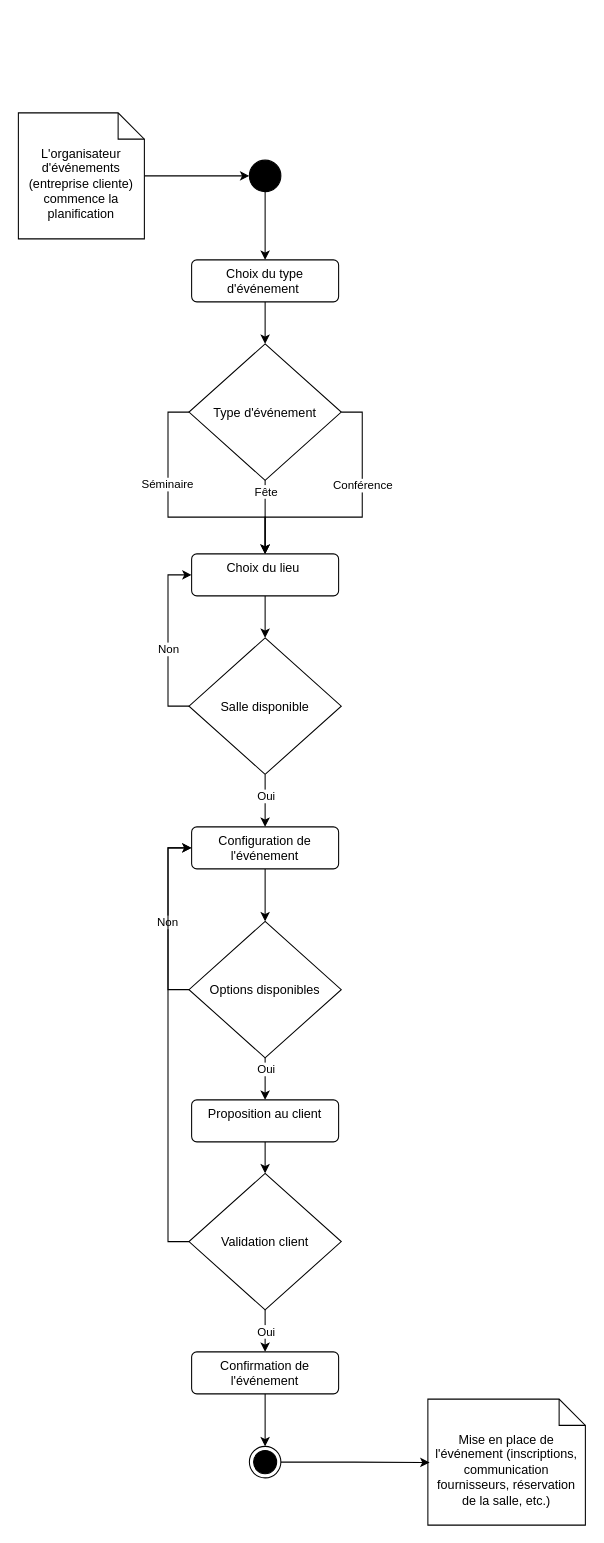
The draw.io diagram UML/Exercices/Correction/03a - Diagramme d'Activité - Diagramme.drawio in nicolasvauchenet/cours_methodologie_1_formateur, before the edit. Source tidied: cells renumbered, new cells numbered last; positions are measured from the earlier drawing's top-left corner, leaving out a move shared by most shapes. Both pictures are drawn from the tidied source at 105%, with x=0, y=0 at pixel (18, 112).
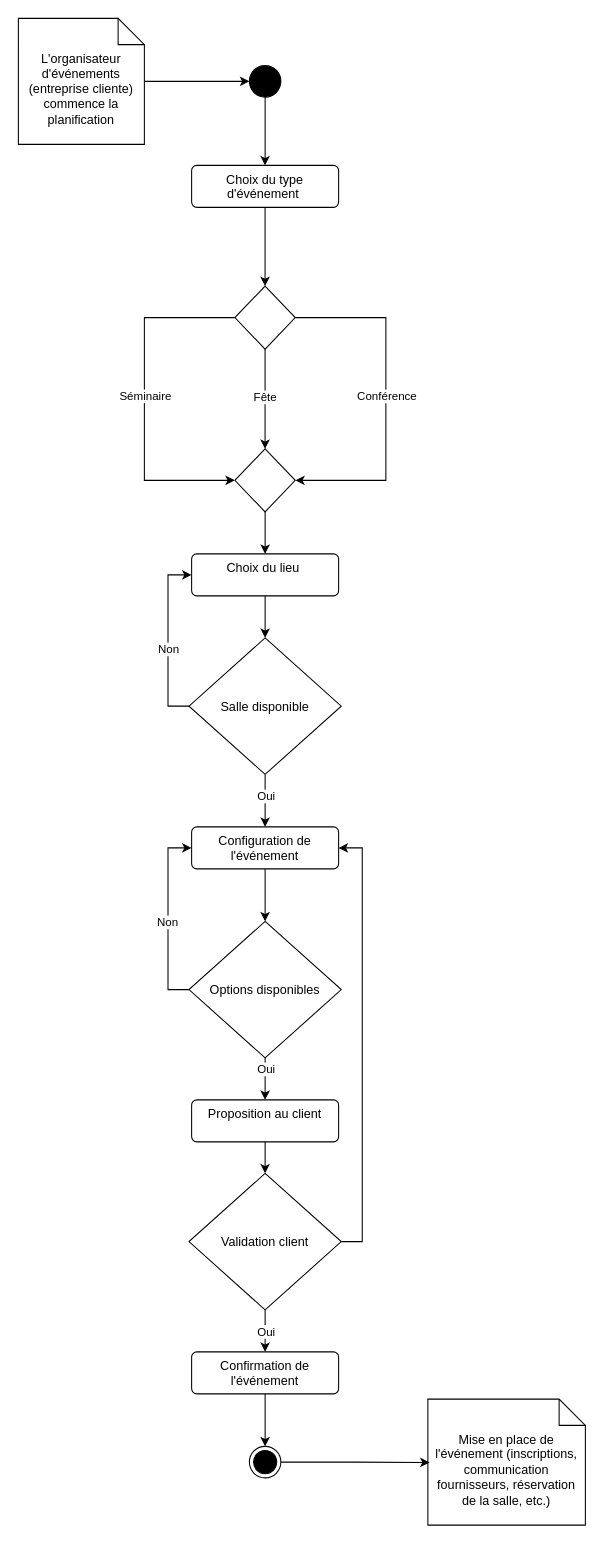
After the change.

The change refers to these unchanged cells:
```xml
<mxCell id="16" value="Choix du lieu&amp;nbsp;" style="html=1;align=center;verticalAlign=top;rounded=1;absoluteArcSize=1;arcSize=10;dashed=0;whiteSpace=wrap;" parent="1" vertex="1">
  <mxGeometry x="165" y="420" width="140" height="40" as="geometry" />
</mxCell>
<mxCell id="23" value="Configuration de l'événement" style="html=1;align=center;verticalAlign=top;rounded=1;absoluteArcSize=1;arcSize=10;dashed=0;whiteSpace=wrap;" parent="1" vertex="1">
  <mxGeometry x="165" y="680" width="140" height="40" as="geometry" />
</mxCell>
<mxCell id="34" value="Validation client" style="rhombus;" parent="1" vertex="1">
  <mxGeometry x="162.5" y="1010" width="145" height="130" as="geometry" />
</mxCell>
```

Change to the diagram source:
```diff
@@
     <mxCell id="3" value="L'organisateur d'événements (entreprise cliente) commence la planification" style="shape=note2;boundedLbl=1;whiteSpace=wrap;html=1;size=25;verticalAlign=top;align=center;" parent="1" vertex="1">
-      <mxGeometry width="120" height="120" as="geometry" />
+      <mxGeometry y="-90" width="120" height="120" as="geometry" />
     </mxCell>
@@
     <mxCell id="5" style="ellipse;fillColor=strokeColor;html=1;" parent="1" vertex="1">
-      <mxGeometry x="220" y="45" width="30" height="30" as="geometry" />
+      <mxGeometry x="220" y="-45" width="30" height="30" as="geometry" />
     </mxCell>
-    <mxCell id="6" style="edgeStyle=orthogonalEdgeStyle;rounded=0;jettySize=auto;html=1;entryX=0.5;entryY=0;entryDx=0;entryDy=0;" parent="1" edge="1" source="7" target="14">
+    <mxCell id="6" style="edgeStyle=orthogonalEdgeStyle;rounded=0;jettySize=auto;html=1;entryX=0.5;entryY=0;entryDx=0;entryDy=0;" parent="1" edge="1" source="7" target="43">
       <mxGeometry relative="1" as="geometry" />
     </mxCell>
     <mxCell id="7" value="Choix du type d'événement&amp;nbsp;" style="html=1;align=center;verticalAlign=top;rounded=1;absoluteArcSize=1;arcSize=10;dashed=0;whiteSpace=wrap;" parent="1" vertex="1">
-      <mxGeometry x="165" y="140" width="140" height="40" as="geometry" />
+      <mxGeometry x="165" y="50" width="140" height="40" as="geometry" />
     </mxCell>
-    <mxCell id="8" style="edgeStyle=orthogonalEdgeStyle;rounded=0;jettySize=auto;html=1;entryX=0.5;entryY=0;entryDx=0;entryDy=0;exitX=0;exitY=0.5;exitDx=0;exitDy=0;" parent="1" edge="1" source="14" target="16">
-      <mxGeometry relative="1" as="geometry" />
-    </mxCell>
-    <mxCell id="9" value="Séminaire" style="edgeLabel;html=1;align=center;verticalAlign=middle;" parent="8" vertex="1">
-      <mxGeometry x="-0.29" y="-1" relative="1" as="geometry" />
-    </mxCell>
-    <mxCell id="10" style="edgeStyle=orthogonalEdgeStyle;rounded=0;jettySize=auto;html=1;entryX=0.5;entryY=0;entryDx=0;entryDy=0;exitX=1;exitY=0.5;exitDx=0;exitDy=0;" parent="1" edge="1" source="14" target="16">
-      <mxGeometry relative="1" as="geometry" />
+    <mxCell id="10" style="edgeStyle=orthogonalEdgeStyle;rounded=0;jettySize=auto;html=1;exitX=1;exitY=0.5;exitDx=0;exitDy=0;entryX=1;entryY=0.5;entryDx=0;entryDy=0;" parent="1" edge="1" source="43" target="42">
+      <mxGeometry relative="1" as="geometry">
+        <Array as="points">
+          <mxPoint x="350" y="195" />
+          <mxPoint x="350" y="350" />
+        </Array>
+      </mxGeometry>
     </mxCell>
     <mxCell id="11" value="Conférence" style="edgeLabel;html=1;align=center;verticalAlign=middle;" parent="10" vertex="1">
-      <mxGeometry x="-0.28" relative="1" as="geometry" />
+      <mxGeometry x="-0.28" relative="1" as="geometry">
+        <mxPoint y="43" as="offset" />
+      </mxGeometry>
     </mxCell>
-    <mxCell id="12" style="edgeStyle=orthogonalEdgeStyle;rounded=0;jettySize=auto;html=1;entryX=0.5;entryY=0;entryDx=0;entryDy=0;" parent="1" edge="1" source="14" target="16">
+    <mxCell id="12" style="edgeStyle=orthogonalEdgeStyle;rounded=0;jettySize=auto;html=1;entryX=0.5;entryY=0;entryDx=0;entryDy=0;exitX=0.5;exitY=1;exitDx=0;exitDy=0;" parent="1" edge="1" source="43" target="42">
       <mxGeometry relative="1" as="geometry" />
     </mxCell>
     <mxCell id="13" value="Fête" style="edgeLabel;html=1;align=center;verticalAlign=middle;" parent="12" vertex="1">
       <mxGeometry x="0.28" relative="1" as="geometry">
-        <mxPoint y="-35" as="offset" />
+        <mxPoint y="-16" as="offset" />
       </mxGeometry>
     </mxCell>
-    <mxCell id="14" value="Type d'événement" style="rhombus;" parent="1" vertex="1">
-      <mxGeometry x="162.5" y="220" width="145" height="130" as="geometry" />
-    </mxCell>
@@
-    <mxCell id="31" style="edgeStyle=orthogonalEdgeStyle;rounded=0;jettySize=auto;html=1;entryX=0;entryY=0.5;entryDx=0;entryDy=0;exitX=0;exitY=0.5;exitDx=0;exitDy=0;" parent="1" edge="1" source="34" target="23">
+    <mxCell id="31" style="edgeStyle=orthogonalEdgeStyle;rounded=0;jettySize=auto;html=1;entryX=1;entryY=0.5;entryDx=0;entryDy=0;exitX=1;exitY=0.5;exitDx=0;exitDy=0;" parent="1" edge="1" source="34" target="23">
       <mxGeometry relative="1" as="geometry" />
     </mxCell>
@@
+    <mxCell id="40" style="edgeStyle=orthogonalEdgeStyle;rounded=0;jettySize=auto;html=1;exitX=0;exitY=0.5;exitDx=0;exitDy=0;entryX=0;entryY=0.5;entryDx=0;entryDy=0;" parent="1" edge="1" source="43" target="42">
+      <mxGeometry relative="1" as="geometry">
+        <Array as="points">
+          <mxPoint x="120" y="195" />
+          <mxPoint x="120" y="350" />
+        </Array>
+      </mxGeometry>
+    </mxCell>
+    <mxCell id="9" value="Séminaire" style="edgeLabel;html=1;align=center;verticalAlign=middle;" parent="40" vertex="1">
+      <mxGeometry x="-0.29" y="-1" relative="1" as="geometry">
+        <mxPoint x="1" y="45" as="offset" />
+      </mxGeometry>
+    </mxCell>
+    <mxCell id="41" style="edgeStyle=orthogonalEdgeStyle;rounded=0;jettySize=auto;html=1;entryX=0.5;entryY=0;entryDx=0;entryDy=0;" parent="1" edge="1" source="42" target="16">
+      <mxGeometry relative="1" as="geometry" />
+    </mxCell>
+    <mxCell id="42" style="rhombus;" parent="1" vertex="1">
+      <mxGeometry x="206.2" y="320" width="57.5" height="60" as="geometry" />
+    </mxCell>
+    <mxCell id="43" style="rhombus;" parent="1" vertex="1">
+      <mxGeometry x="206.2" y="165" width="57.5" height="60" as="geometry" />
+    </mxCell>
```
